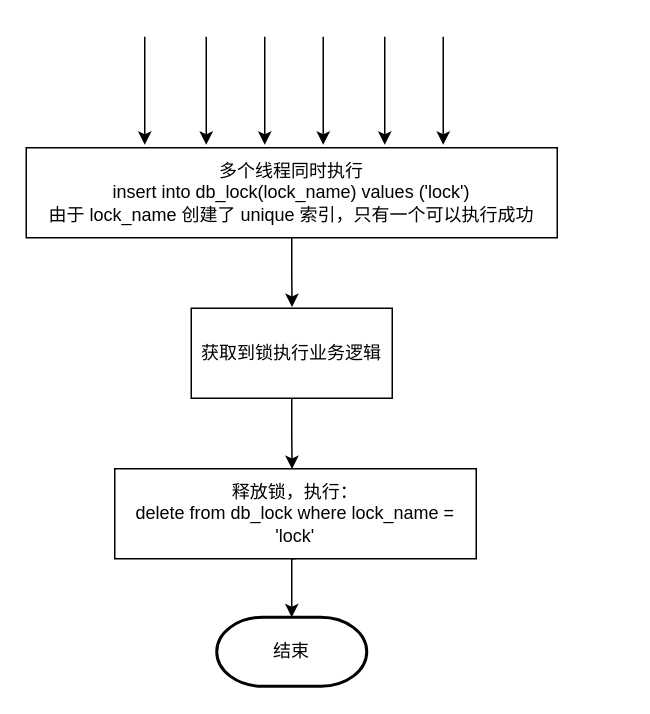
The draw.io diagram LockByMySQL.drawio in yigetechnologyxiaobai/draw.io, before the edit. Source tidied: cells renumbered, new cells numbered last; positions are measured from the earlier drawing's top-left corner, leaving out a move shared by most shapes. Both pictures are drawn from the tidied source at 150%, with x=0, y=0 at pixel (26, 36).
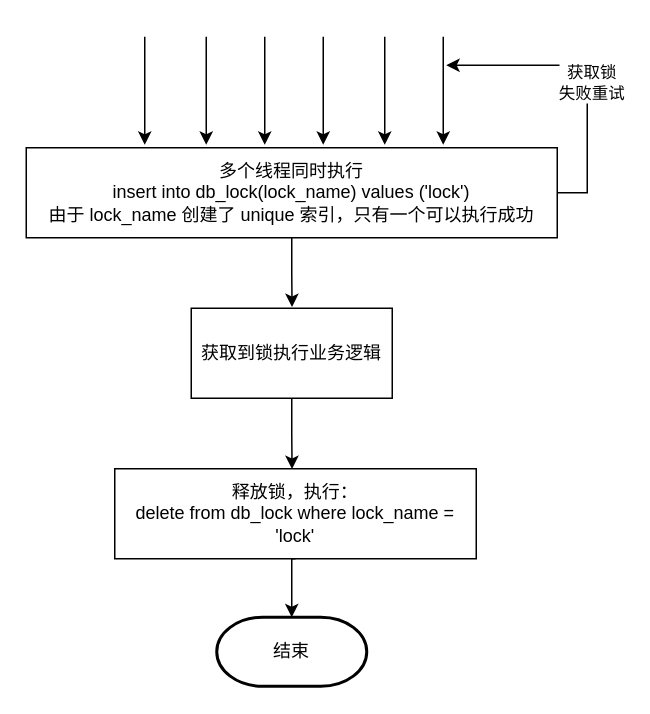
The same diagram, later.

The change refers to these unchanged cells:
```xml
<mxCell id="9" value="多个线程同时执行&lt;br&gt;insert into db_lock(lock_name) values ('lock')&lt;br&gt;由于 lock_name 创建了 unique 索引，只有一个可以执行成功" style="whiteSpace=wrap;html=1;" parent="1" vertex="1">
  <mxGeometry y="74" width="354" height="60" as="geometry" />
</mxCell>
```

Diff of the diagram source:
```diff
@@
+    <mxCell id="15" style="edgeStyle=orthogonalEdgeStyle;rounded=0;jettySize=auto;html=1;exitX=1;exitY=0.5;exitDx=0;exitDy=0;" parent="1" edge="1" source="9">
+      <mxGeometry relative="1" as="geometry">
+        <mxPoint x="280" y="19" as="targetPoint" />
+        <Array as="points">
+          <mxPoint x="374" y="104" />
+          <mxPoint x="374" y="19" />
+        </Array>
+      </mxGeometry>
+    </mxCell>
+    <mxCell id="16" value="获取锁&lt;br&gt;失败重试" style="edgeLabel;html=1;align=center;verticalAlign=middle;" parent="15" vertex="1">
+      <mxGeometry x="-0.06" y="-2" relative="1" as="geometry" />
+    </mxCell>
```
